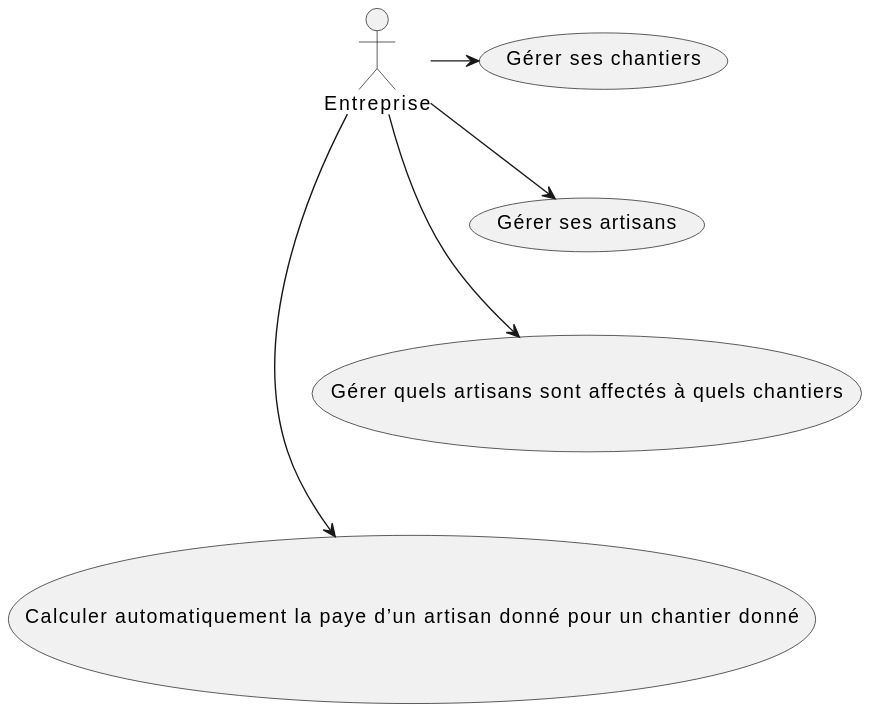
IUT-Blagnac/r2-01-conception-td5-Chaounne keeps this PlantUML diagram as uc.svg. Above is the earlier version. Source of this version:
```plantuml
@startuml
usecase c as "Gérer ses chantiers"
usecase a as "Gérer ses artisans"
usecase ar as "Gérer quels artisans sont affectés à quels chantiers"
usecase calc as "Calculer automatiquement la paye d’un artisan donné pour un chantier donné"

actor Entreprise

c -[hidden]-> a
a -[hidden]-> ar
ar -[hidden]-> calc

Entreprise -> a
Entreprise -> c
Entreprise -> ar
Entreprise -> calc
@enduml
```
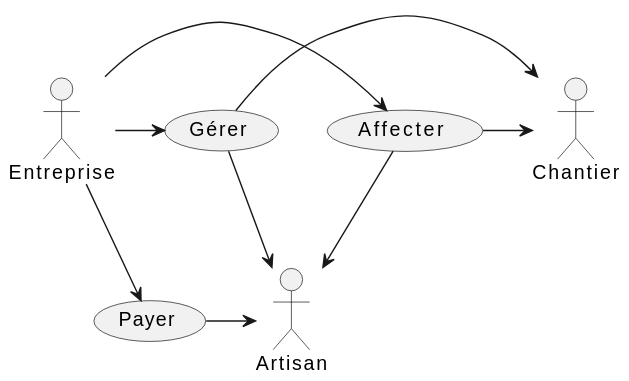
The same diagram one commit later.

What changed in the source:
```diff
@@ -1,17 +1,21 @@
 @startuml
-usecase c as "Gérer ses chantiers"
-usecase a as "Gérer ses artisans"
-usecase ar as "Gérer quels artisans sont affectés à quels chantiers"
-usecase calc as "Calculer automatiquement la paye d’un artisan donné pour un chantier donné"
+usecase a as "Gérer"
+usecase af as "Affecter"
+usecase p as "Payer"
 
 actor Entreprise
+actor Chantier
+actor Artisan
 
-c -[hidden]-> a
-a -[hidden]-> ar
-ar -[hidden]-> calc
+a -[hidden]-> p
+
 
 Entreprise -> a
-Entreprise -> c
-Entreprise -> ar
-Entreprise -> calc
+Entreprise -> p
+Entreprise -> af
+af -> Chantier
+af -> Artisan
+p -> Artisan
+a -> Artisan
+a -> Chantier
 @enduml
```
